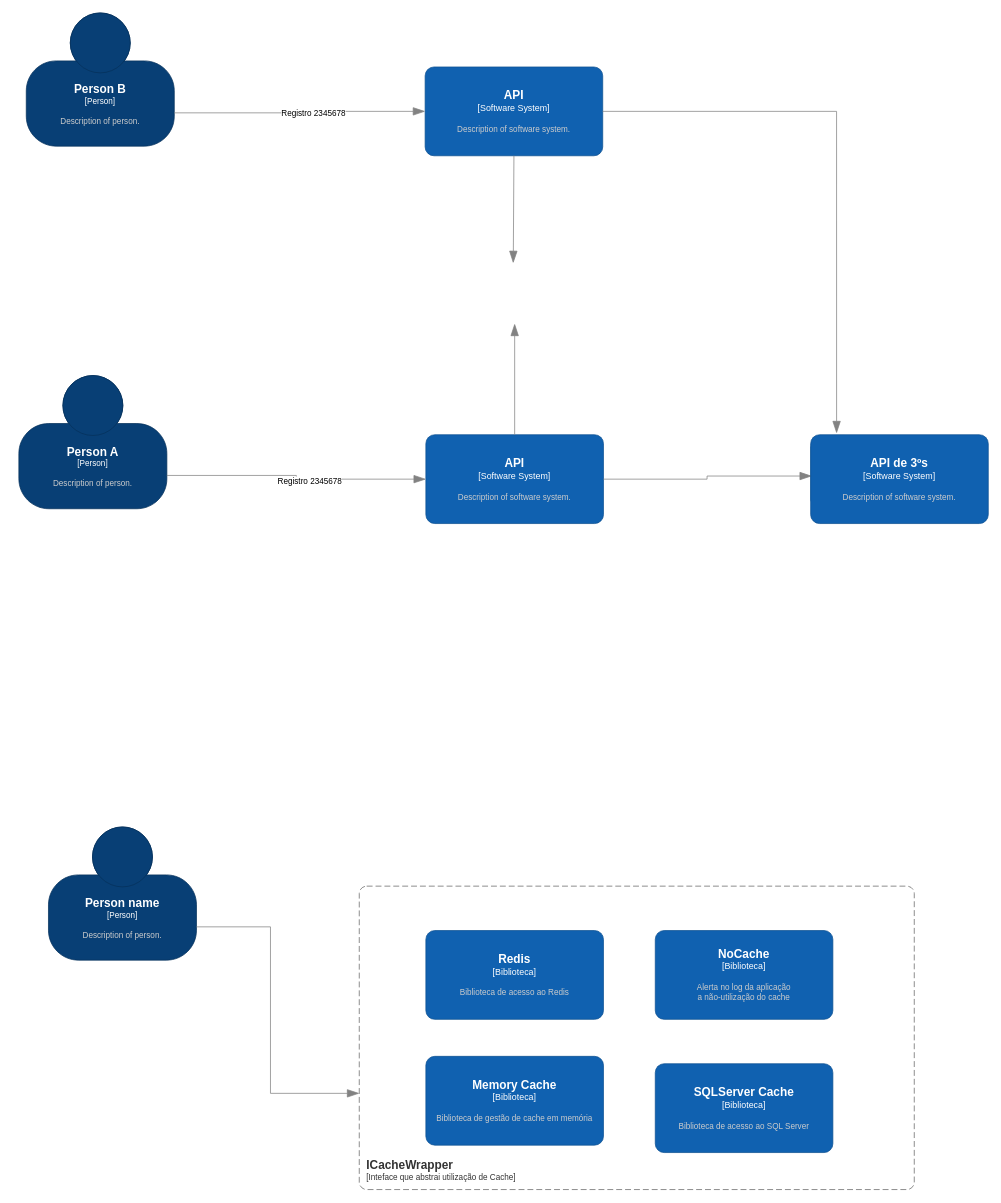
Before: docs/diagram.drawio in ftathiago/RedisToggler, a draw.io diagram. Source tidied: cells renumbered, new cells numbered last; positions are measured from the earlier drawing's top-left corner, leaving out a move shared by most shapes. Both pictures are drawn from the tidied source at 74%, with x=0, y=0 at pixel (18, 13).
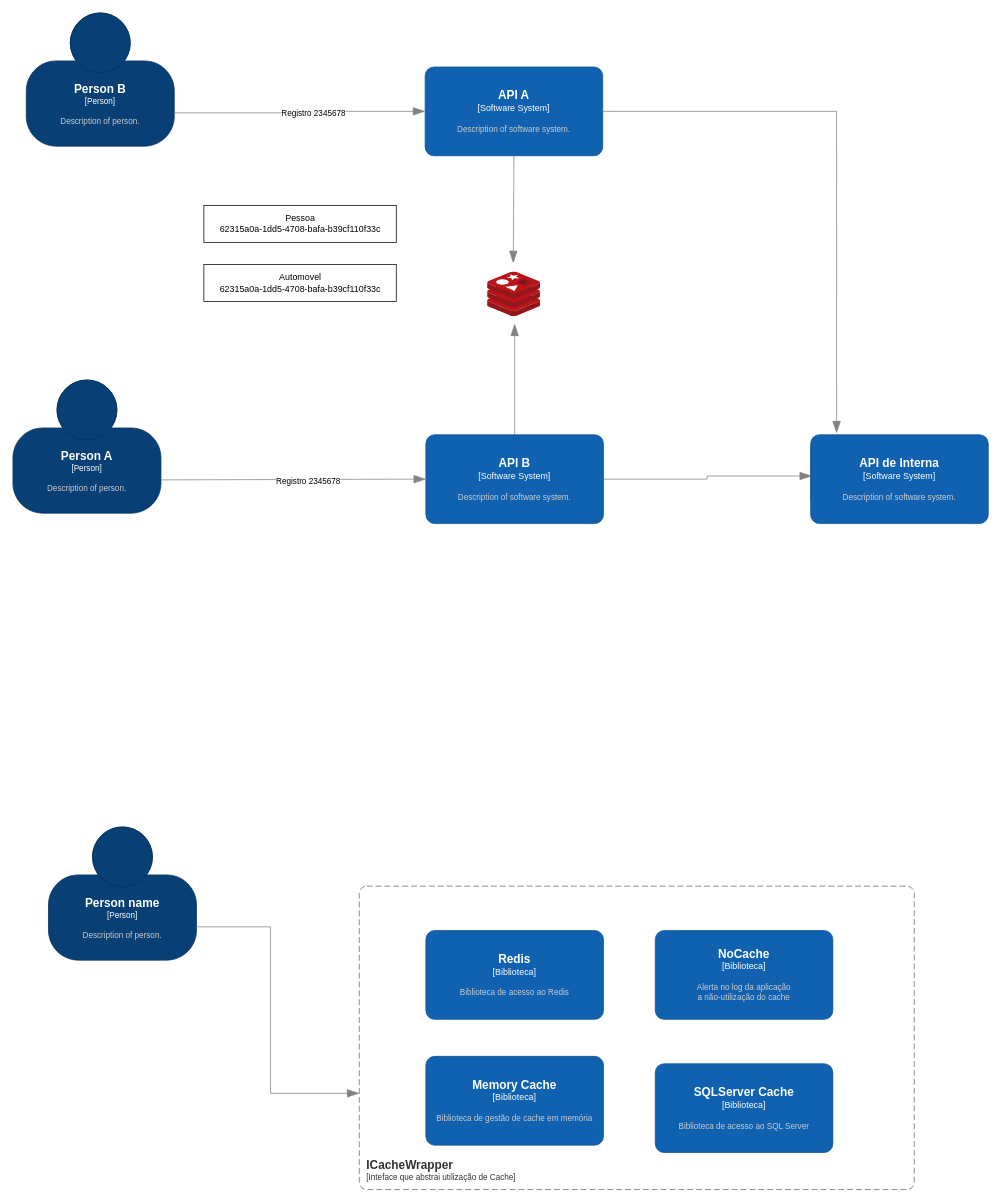
The same diagram, later.

Diff of the diagram source:
```diff
@@
-    <object id="9" label="&lt;font style=&quot;font-size: 16px&quot;&gt;&lt;b&gt;%c4Name%&lt;/b&gt;&lt;/font&gt;&lt;div&gt;[%c4Type%]&lt;/div&gt;&lt;br&gt;&lt;div&gt;&lt;font style=&quot;font-size: 11px&quot;&gt;&lt;font color=&quot;#cccccc&quot;&gt;%c4Description%&lt;/font&gt;&lt;/div&gt;" c4Description="Description of software system." c4Name="API" c4Type="Software System" placeholders="1">
+    <object id="9" label="&lt;font style=&quot;font-size: 16px&quot;&gt;&lt;b&gt;%c4Name%&lt;/b&gt;&lt;/font&gt;&lt;div&gt;[%c4Type%]&lt;/div&gt;&lt;br&gt;&lt;div&gt;&lt;font style=&quot;font-size: 11px&quot;&gt;&lt;font color=&quot;#cccccc&quot;&gt;%c4Description%&lt;/font&gt;&lt;/div&gt;" c4Description="Description of software system." c4Name="API B" c4Type="Software System" placeholders="1">
       <mxCell style="rounded=1;whiteSpace=wrap;html=1;labelBackgroundColor=none;fillColor=#1061B0;fontColor=#ffffff;align=center;arcSize=10;strokeColor=#0D5091;points=[[0.25,0,0],[0.5,0,0],[0.75,0,0],[1,0.25,0],[1,0.5,0],[1,0.75,0],[0.75,1,0],[0.5,1,0],[0.25,1,0],[0,0.75,0],[0,0.5,0],[0,0.25,0]];" parent="1" vertex="1">
         <mxGeometry x="550" y="570" width="240" height="120" as="geometry" />
       </mxCell>
     </object>
     <object id="10" label="&lt;font style=&quot;font-size: 16px&quot;&gt;&lt;b&gt;%c4Name%&lt;/b&gt;&lt;/font&gt;&lt;div&gt;[%c4Type%]&lt;/div&gt;&lt;br&gt;&lt;div&gt;&lt;font style=&quot;font-size: 11px&quot;&gt;&lt;font color=&quot;#cccccc&quot;&gt;%c4Description%&lt;/font&gt;&lt;/div&gt;" c4Description="Description of person." c4Name="Person A" c4Type="Person" placeholders="1">
       <mxCell style="html=1;fontSize=11;dashed=0;whiteSpace=wrap;fillColor=#083F75;strokeColor=#06315C;fontColor=#ffffff;shape=mxgraph.c4.person2;align=center;points=[[0.5,0,0],[1,0.5,0],[1,0.75,0],[0.75,1,0],[0.5,1,0],[0.25,1,0],[0,0.75,0],[0,0.5,0]];" parent="1" vertex="1">
-        <mxGeometry y="490" width="200" height="180" as="geometry" />
+        <mxGeometry x="-8" y="496" width="200" height="180" as="geometry" />
       </mxCell>
     </object>
@@
-    <object id="16" label="&lt;font style=&quot;font-size: 16px&quot;&gt;&lt;b&gt;%c4Name%&lt;/b&gt;&lt;/font&gt;&lt;div&gt;[%c4Type%]&lt;/div&gt;&lt;br&gt;&lt;div&gt;&lt;font style=&quot;font-size: 11px&quot;&gt;&lt;font color=&quot;#cccccc&quot;&gt;%c4Description%&lt;/font&gt;&lt;/div&gt;" c4Description="Description of software system." c4Name="API" c4Type="Software System" placeholders="1">
+    <object id="16" label="&lt;font style=&quot;font-size: 16px&quot;&gt;&lt;b&gt;%c4Name%&lt;/b&gt;&lt;/font&gt;&lt;div&gt;[%c4Type%]&lt;/div&gt;&lt;br&gt;&lt;div&gt;&lt;font style=&quot;font-size: 11px&quot;&gt;&lt;font color=&quot;#cccccc&quot;&gt;%c4Description%&lt;/font&gt;&lt;/div&gt;" c4Description="Description of software system." c4Name="API A" c4Type="Software System" placeholders="1">
       <mxCell style="rounded=1;whiteSpace=wrap;html=1;labelBackgroundColor=none;fillColor=#1061B0;fontColor=#ffffff;align=center;arcSize=10;strokeColor=#0D5091;points=[[0.25,0,0],[0.5,0,0],[0.75,0,0],[1,0.25,0],[1,0.5,0],[1,0.75,0],[0.75,1,0],[0.5,1,0],[0.25,1,0],[0,0.75,0],[0,0.5,0],[0,0.25,0]];" parent="1" vertex="1">
         <mxGeometry x="549" y="73" width="240" height="120" as="geometry" />
       </mxCell>
     </object>
@@
-    <object id="22" label="&lt;font style=&quot;font-size: 16px&quot;&gt;&lt;b&gt;%c4Name%&lt;/b&gt;&lt;/font&gt;&lt;div&gt;[%c4Type%]&lt;/div&gt;&lt;br&gt;&lt;div&gt;&lt;font style=&quot;font-size: 11px&quot;&gt;&lt;font color=&quot;#cccccc&quot;&gt;%c4Description%&lt;/font&gt;&lt;/div&gt;" c4Description="Description of software system." c4Name="API de 3ºs" c4Type="Software System" placeholders="1">
+    <object id="22" label="&lt;font style=&quot;font-size: 16px&quot;&gt;&lt;b&gt;%c4Name%&lt;/b&gt;&lt;/font&gt;&lt;div&gt;[%c4Type%]&lt;/div&gt;&lt;br&gt;&lt;div&gt;&lt;font style=&quot;font-size: 11px&quot;&gt;&lt;font color=&quot;#cccccc&quot;&gt;%c4Description%&lt;/font&gt;&lt;/div&gt;" c4Description="Description of software system." c4Name="API de Interna" c4Type="Software System" placeholders="1">
       <mxCell style="rounded=1;whiteSpace=wrap;html=1;labelBackgroundColor=none;fillColor=#1061B0;fontColor=#ffffff;align=center;arcSize=10;strokeColor=#0D5091;" parent="1" vertex="1">
         <mxGeometry x="1070" y="570" width="240" height="120" as="geometry" />
       </mxCell>
     </object>
+    <mxCell id="23" style="sketch=0;html=1;align=center;image;fontSize=12;image=img/lib/mscae/Cache_Redis_Product.svg;" parent="1" vertex="1">
+      <mxGeometry x="633.3" y="350" width="71.4" height="60" as="geometry" />
+    </mxCell>
+    <mxCell id="24" value="Pessoa&lt;br&gt;62315a0a-1dd5-4708-bafa-b39cf110f33c" style="html=1;" parent="1" vertex="1">
+      <mxGeometry x="250" y="260" width="260" height="50" as="geometry" />
+    </mxCell>
+    <mxCell id="25" value="Automovel&lt;br&gt;62315a0a-1dd5-4708-bafa-b39cf110f33c" style="html=1;" parent="1" vertex="1">
+      <mxGeometry x="250" y="340" width="260" height="50" as="geometry" />
+    </mxCell>
```
